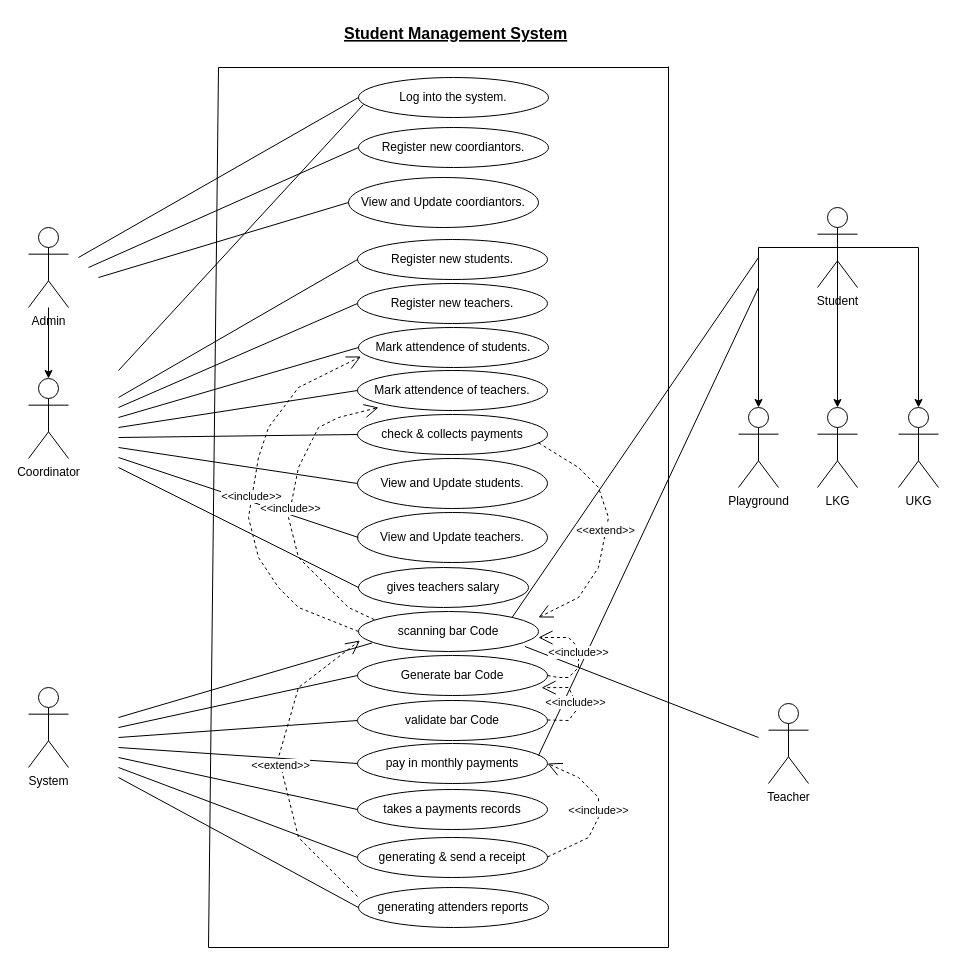
The draw.io diagram UseCase.drawio in Dulara-Akalanka/Group-Software-Project, before the edit. Source tidied: cells renumbered, new cells numbered last; positions are measured from the earlier drawing's top-left corner, leaving out a move shared by most shapes. Both pictures are drawn from the tidied source at 100%, with x=0, y=0 at pixel (28, 17).
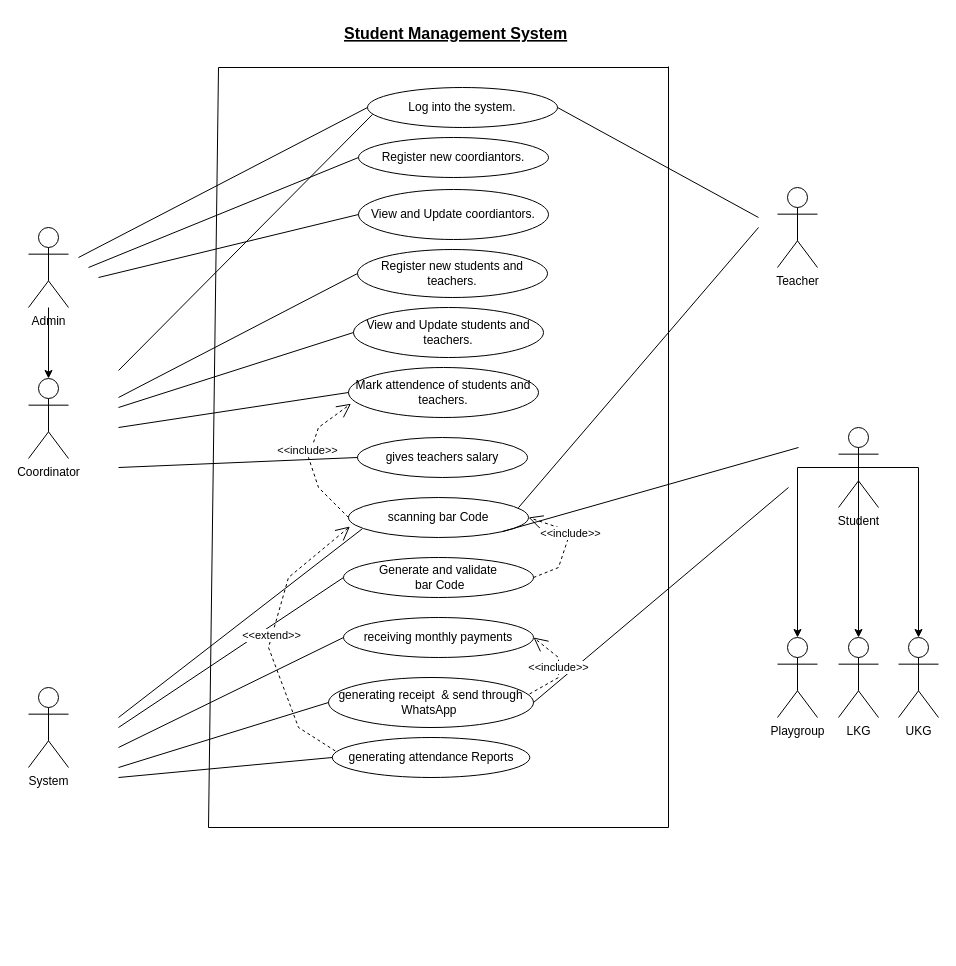
The same page after the edit.

The edit, as a diff of the source:
```diff
@@
     <mxCell id="2" value="Teacher" style="shape=umlActor;verticalLabelPosition=bottom;verticalAlign=top;html=1;" parent="1" vertex="1">
-      <mxGeometry x="740" y="686" width="40" height="80" as="geometry" />
+      <mxGeometry x="749" y="170" width="40" height="80" as="geometry" />
     </mxCell>
-    <mxCell id="3" value="check &amp;amp; collects payments" style="ellipse;whiteSpace=wrap;html=1;" parent="1" vertex="1">
-      <mxGeometry x="329" y="397" width="190" height="40" as="geometry" />
-    </mxCell>
     <mxCell id="4" value="gives teachers salary" style="ellipse;whiteSpace=wrap;html=1;" parent="1" vertex="1">
-      <mxGeometry x="330" y="550" width="170" height="40" as="geometry" />
+      <mxGeometry x="329" y="420" width="170" height="40" as="geometry" />
     </mxCell>
     <mxCell id="5" value="scanning bar Code" style="ellipse;whiteSpace=wrap;html=1;" parent="1" vertex="1">
-      <mxGeometry x="330" y="594" width="180" height="40" as="geometry" />
+      <mxGeometry x="320" y="480" width="180" height="40" as="geometry" />
     </mxCell>
-    <mxCell id="6" value="Generate bar Code" style="ellipse;whiteSpace=wrap;html=1;" parent="1" vertex="1">
-      <mxGeometry x="329" y="638" width="190" height="40" as="geometry" />
+    <mxCell id="6" value="Generate and validate&lt;br&gt;&amp;nbsp;bar Code" style="ellipse;whiteSpace=wrap;html=1;" parent="1" vertex="1">
+      <mxGeometry x="315" y="540" width="190" height="40" as="geometry" />
     </mxCell>
-    <mxCell id="7" value="validate bar Code" style="ellipse;whiteSpace=wrap;html=1;" parent="1" vertex="1">
-      <mxGeometry x="329" y="683" width="190" height="40" as="geometry" />
-    </mxCell>
@@
-    <mxCell id="9" value="pay in monthly payments" style="ellipse;whiteSpace=wrap;html=1;" parent="1" vertex="1">
-      <mxGeometry x="329" y="726" width="190" height="40" as="geometry" />
+    <mxCell id="9" value="receiving monthly payments" style="ellipse;whiteSpace=wrap;html=1;" parent="1" vertex="1">
+      <mxGeometry x="315" y="600" width="190" height="40" as="geometry" />
     </mxCell>
     <mxCell id="10" style="endArrow=none;html=1;rounded=0;" parent="1" edge="1">
       <mxGeometry relative="1" as="geometry">
-        <mxPoint x="180" y="930" as="sourcePoint" />
+        <mxPoint x="180" y="810" as="sourcePoint" />
         <mxPoint x="190" y="50" as="targetPoint" />
       </mxGeometry>
     </mxCell>
     <mxCell id="11" style="endArrow=none;html=1;rounded=0;" parent="1" edge="1">
       <mxGeometry relative="1" as="geometry">
-        <mxPoint x="640" y="930" as="sourcePoint" />
+        <mxPoint x="640" y="810" as="sourcePoint" />
         <mxPoint x="640" y="49" as="targetPoint" />
       </mxGeometry>
     </mxCell>
@@
-    <mxCell id="14" style="endArrow=none;html=1;rounded=0;entryX=0;entryY=0.5;entryDx=0;entryDy=0;" parent="1" edge="1" target="27">
-      <mxGeometry relative="1" as="geometry">
-        <mxPoint x="90" y="390" as="sourcePoint" />
-      </mxGeometry>
-    </mxCell>
-    <mxCell id="15" style="endArrow=none;html=1;rounded=0;entryX=0;entryY=0.5;entryDx=0;entryDy=0;" parent="1" edge="1" target="7">
-      <mxGeometry relative="1" as="geometry">
-        <mxPoint x="90" y="720" as="sourcePoint" />
-      </mxGeometry>
-    </mxCell>
-    <mxCell id="16" style="endArrow=none;html=1;rounded=0;exitX=1;exitY=0;exitDx=0;exitDy=0;" parent="1" edge="1" source="5">
+    <mxCell id="16" style="endArrow=none;html=1;rounded=0;exitX=1;exitY=1;exitDx=0;exitDy=0;" parent="1" edge="1" source="5">
       <mxGeometry relative="1" as="geometry">
-        <mxPoint x="730" y="240" as="targetPoint" />
+        <mxPoint x="770" y="430" as="targetPoint" />
       </mxGeometry>
     </mxCell>
-    <mxCell id="17" value="takes a payments records" style="ellipse;whiteSpace=wrap;html=1;" parent="1" vertex="1">
-      <mxGeometry x="329" y="772" width="190" height="40" as="geometry" />
-    </mxCell>
@@
     <mxCell id="21" value="Student" style="shape=umlActor;verticalLabelPosition=bottom;verticalAlign=top;html=1;" parent="1" vertex="1">
-      <mxGeometry x="789" y="190" width="40" height="80" as="geometry" />
+      <mxGeometry x="810" y="410" width="40" height="80" as="geometry" />
     </mxCell>
-    <mxCell id="22" value="Playground" style="shape=umlActor;verticalLabelPosition=bottom;verticalAlign=top;html=1;" parent="1" vertex="1">
-      <mxGeometry x="710" y="390" width="40" height="80" as="geometry" />
+    <mxCell id="22" value="Playgroup" style="shape=umlActor;verticalLabelPosition=bottom;verticalAlign=top;html=1;" parent="1" vertex="1">
+      <mxGeometry x="749" y="620" width="40" height="80" as="geometry" />
     </mxCell>
     <mxCell id="23" value="LKG" style="shape=umlActor;verticalLabelPosition=bottom;verticalAlign=top;html=1;" parent="1" vertex="1">
-      <mxGeometry x="789" y="390" width="40" height="80" as="geometry" />
+      <mxGeometry x="810" y="620" width="40" height="80" as="geometry" />
     </mxCell>
     <mxCell id="24" value="UKG" style="shape=umlActor;verticalLabelPosition=bottom;verticalAlign=top;html=1;" parent="1" vertex="1">
-      <mxGeometry x="870" y="390" width="40" height="80" as="geometry" />
+      <mxGeometry x="870" y="620" width="40" height="80" as="geometry" />
     </mxCell>
     <mxCell id="25" value="Log into the system." style="ellipse;whiteSpace=wrap;html=1;" parent="1" vertex="1">
-      <mxGeometry x="330" y="60" width="190" height="40" as="geometry" />
+      <mxGeometry x="339" y="70" width="190" height="40" as="geometry" />
     </mxCell>
-    <mxCell id="26" value="Register new students." style="ellipse;whiteSpace=wrap;html=1;" parent="1" vertex="1">
-      <mxGeometry x="329" y="222" width="190" height="40" as="geometry" />
+    <mxCell id="26" value="Register new students and teachers." style="ellipse;whiteSpace=wrap;html=1;" parent="1" vertex="1">
+      <mxGeometry x="329" y="232" width="190" height="48" as="geometry" />
     </mxCell>
-    <mxCell id="27" value="Register new teachers." style="ellipse;whiteSpace=wrap;html=1;" parent="1" vertex="1">
-      <mxGeometry x="329" y="266" width="190" height="40" as="geometry" />
-    </mxCell>
-    <mxCell id="28" value="Mark attendence of students." style="ellipse;whiteSpace=wrap;html=1;" parent="1" vertex="1">
-      <mxGeometry x="330" y="310" width="190" height="40" as="geometry" />
+    <mxCell id="28" value="Mark attendence of students and teachers." style="ellipse;whiteSpace=wrap;html=1;" parent="1" vertex="1">
+      <mxGeometry x="320" y="350" width="190" height="50" as="geometry" />
     </mxCell>
-    <mxCell id="29" value="Mark attendence of teachers." style="ellipse;whiteSpace=wrap;html=1;" parent="1" vertex="1">
-      <mxGeometry x="329" y="353" width="190" height="40" as="geometry" />
-    </mxCell>
-    <mxCell id="30" value="View and Update students." style="ellipse;whiteSpace=wrap;html=1;" parent="1" vertex="1">
-      <mxGeometry x="329" y="441" width="190" height="50" as="geometry" />
+    <mxCell id="30" value="View and Update students and teachers." style="ellipse;whiteSpace=wrap;html=1;" parent="1" vertex="1">
+      <mxGeometry x="325" y="290" width="190" height="50" as="geometry" />
     </mxCell>
-    <mxCell id="31" value="View and Update teachers." style="ellipse;whiteSpace=wrap;html=1;" parent="1" vertex="1">
-      <mxGeometry x="329" y="495" width="190" height="50" as="geometry" />
-    </mxCell>
@@
     <mxCell id="34" style="endArrow=none;html=1;rounded=0;entryX=0;entryY=0.5;entryDx=0;entryDy=0;" parent="1" edge="1" target="28">
       <mxGeometry relative="1" as="geometry">
-        <mxPoint x="90" y="400" as="sourcePoint" />
+        <mxPoint x="90" y="410" as="sourcePoint" />
       </mxGeometry>
     </mxCell>
-    <mxCell id="35" style="endArrow=none;html=1;rounded=0;entryX=0;entryY=0.5;entryDx=0;entryDy=0;" parent="1" edge="1" target="29">
-      <mxGeometry relative="1" as="geometry">
-        <mxPoint x="90" y="410" as="sourcePoint" />
-      </mxGeometry>
-    </mxCell>
-    <mxCell id="36" style="endArrow=none;html=1;rounded=0;entryX=0;entryY=0.5;entryDx=0;entryDy=0;" parent="1" edge="1" target="3">
-      <mxGeometry relative="1" as="geometry">
-        <mxPoint x="90" y="420" as="sourcePoint" />
-      </mxGeometry>
-    </mxCell>
     <mxCell id="37" style="endArrow=none;html=1;rounded=0;entryX=0;entryY=0.5;entryDx=0;entryDy=0;" parent="1" edge="1" target="30">
       <mxGeometry relative="1" as="geometry">
-        <mxPoint x="90" y="430" as="sourcePoint" />
+        <mxPoint x="90" y="390" as="sourcePoint" />
       </mxGeometry>
     </mxCell>
-    <mxCell id="38" style="endArrow=none;html=1;rounded=0;entryX=0.005;entryY=0.5;entryDx=0;entryDy=0;entryPerimeter=0;" parent="1" edge="1" target="31">
-      <mxGeometry relative="1" as="geometry">
-        <mxPoint x="90" y="440" as="sourcePoint" />
-      </mxGeometry>
-    </mxCell>
@@
-    <mxCell id="41" style="endArrow=none;html=1;rounded=0;exitX=0.925;exitY=0.875;exitDx=0;exitDy=0;exitPerimeter=0;" parent="1" edge="1" source="5">
+    <mxCell id="41" style="endArrow=none;html=1;rounded=0;exitX=0.944;exitY=0.255;exitDx=0;exitDy=0;exitPerimeter=0;" parent="1" edge="1" source="5">
       <mxGeometry relative="1" as="geometry">
-        <mxPoint x="730" y="720" as="targetPoint" />
+        <mxPoint x="730" y="210" as="targetPoint" />
       </mxGeometry>
     </mxCell>
-    <mxCell id="42" style="endArrow=none;html=1;rounded=0;entryX=0;entryY=0.5;entryDx=0;entryDy=0;" parent="1" edge="1" target="17">
-      <mxGeometry relative="1" as="geometry">
-        <mxPoint x="90" y="740" as="sourcePoint" />
-      </mxGeometry>
-    </mxCell>
@@
-    <mxCell id="44" value="&amp;lt;&amp;lt;extend&amp;gt;&amp;gt;" style="endArrow=open;endSize=12;dashed=1;html=1;rounded=0;exitX=0.953;exitY=0.71;exitDx=0;exitDy=0;exitPerimeter=0;" parent="1" edge="1" source="3">
-      <mxGeometry x="0.01" relative="1" as="geometry">
-        <mxPoint x="510" y="600" as="targetPoint" />
-        <Array as="points">
-          <mxPoint x="550" y="450" />
-          <mxPoint x="570" y="470" />
-          <mxPoint x="580" y="500" />
-          <mxPoint x="570" y="550" />
-          <mxPoint x="550" y="580" />
-        </Array>
-      </mxGeometry>
-    </mxCell>
-    <mxCell id="45" value="&amp;lt;&amp;lt;include&amp;gt;&amp;gt;" style="endArrow=open;endSize=12;dashed=1;html=1;rounded=0;entryX=0.013;entryY=0.725;entryDx=0;entryDy=0;entryPerimeter=0;" parent="1" edge="1" target="28">
-      <mxGeometry relative="1" as="geometry">
-        <mxPoint x="330" y="614" as="sourcePoint" />
+    <mxCell id="45" value="&amp;lt;&amp;lt;include&amp;gt;&amp;gt;" style="endArrow=open;endSize=12;dashed=1;html=1;rounded=0;entryX=0.013;entryY=0.725;entryDx=0;entryDy=0;entryPerimeter=0;exitX=0;exitY=0.5;exitDx=0;exitDy=0;" parent="1" edge="1" source="5" target="28">
+      <mxGeometry x="0.1" y="3" relative="1" as="geometry">
         <Array as="points">
-          <mxPoint x="270" y="590" />
-          <mxPoint x="250" y="570" />
-          <mxPoint x="230" y="540" />
-          <mxPoint x="220" y="500" />
-          <mxPoint x="230" y="440" />
-          <mxPoint x="240" y="410" />
-          <mxPoint x="270" y="370" />
+          <mxPoint x="290" y="470" />
+          <mxPoint x="280" y="440" />
+          <mxPoint x="290" y="410" />
         </Array>
       </mxGeometry>
     </mxCell>
-    <mxCell id="46" value="&amp;lt;&amp;lt;include&amp;gt;&amp;gt;" style="endArrow=open;endSize=12;dashed=1;html=1;rounded=0;exitX=0.088;exitY=0.205;exitDx=0;exitDy=0;exitPerimeter=0;" parent="1" edge="1" source="5">
-      <mxGeometry relative="1" as="geometry">
-        <mxPoint x="350" y="390" as="targetPoint" />
-        <Array as="points">
-          <mxPoint x="320" y="590" />
-          <mxPoint x="270" y="540" />
-          <mxPoint x="260" y="500" />
-          <mxPoint x="270" y="450" />
-          <mxPoint x="290" y="410" />
-          <mxPoint x="310" y="400" />
-        </Array>
-      </mxGeometry>
-    </mxCell>
-    <mxCell id="47" value="generating &amp;amp; send a receipt" style="ellipse;whiteSpace=wrap;html=1;" parent="1" vertex="1">
-      <mxGeometry x="329" y="820" width="190" height="40" as="geometry" />
+    <mxCell id="47" value="generating receipt&amp;nbsp; &amp;amp; send through WhatsApp&amp;nbsp;" style="ellipse;whiteSpace=wrap;html=1;" parent="1" vertex="1">
+      <mxGeometry x="300" y="660" width="205" height="50" as="geometry" />
     </mxCell>
@@
-    <mxCell id="49" style="endArrow=none;html=1;rounded=0;" parent="1" edge="1">
+    <mxCell id="49" style="endArrow=none;html=1;rounded=0;exitX=1;exitY=0.5;exitDx=0;exitDy=0;" parent="1" edge="1" source="47">
       <mxGeometry relative="1" as="geometry">
-        <mxPoint x="510" y="738" as="sourcePoint" />
-        <mxPoint x="730" y="270" as="targetPoint" />
+        <mxPoint x="760" y="470" as="targetPoint" />
       </mxGeometry>
     </mxCell>
-    <mxCell id="50" value="&amp;lt;&amp;lt;include&amp;gt;&amp;gt;" style="endArrow=open;endSize=12;dashed=1;html=1;rounded=0;exitX=1;exitY=0.5;exitDx=0;exitDy=0;" parent="1" edge="1" source="6">
-      <mxGeometry relative="1" as="geometry">
-        <mxPoint x="510" y="620" as="targetPoint" />
-        <Array as="points">
-          <mxPoint x="530" y="660" />
-          <mxPoint x="540" y="660" />
-          <mxPoint x="550" y="650" />
-          <mxPoint x="550" y="640" />
-          <mxPoint x="550" y="630" />
-          <mxPoint x="540" y="620" />
-        </Array>
-      </mxGeometry>
-    </mxCell>
-    <mxCell id="51" value="&amp;lt;&amp;lt;include&amp;gt;&amp;gt;" style="endArrow=open;endSize=12;dashed=1;html=1;rounded=0;entryX=1;entryY=0.5;entryDx=0;entryDy=0;" parent="1" edge="1" target="9">
+    <mxCell id="51" value="&amp;lt;&amp;lt;include&amp;gt;&amp;gt;" style="endArrow=open;endSize=12;dashed=1;html=1;rounded=0;entryX=1;entryY=0.5;entryDx=0;entryDy=0;exitX=0.981;exitY=0.329;exitDx=0;exitDy=0;exitPerimeter=0;" parent="1" edge="1" source="47" target="9">
       <mxGeometry relative="1" as="geometry">
-        <mxPoint x="519" y="839.5" as="sourcePoint" />
         <Array as="points">
-          <mxPoint x="560" y="820" />
-          <mxPoint x="570" y="800" />
-          <mxPoint x="570" y="780" />
-          <mxPoint x="560" y="770" />
-          <mxPoint x="550" y="760" />
+          <mxPoint x="530" y="660" />
+          <mxPoint x="530" y="640" />
         </Array>
       </mxGeometry>
     </mxCell>
-    <mxCell id="52" value="generating attenders reports" style="ellipse;whiteSpace=wrap;html=1;" parent="1" vertex="1">
-      <mxGeometry x="330" y="870" width="190" height="40" as="geometry" />
+    <mxCell id="52" value="generating attendance Reports" style="ellipse;whiteSpace=wrap;html=1;" parent="1" vertex="1">
+      <mxGeometry x="303.8" y="720" width="197.5" height="40" as="geometry" />
     </mxCell>
@@
-    <mxCell id="54" value="&amp;lt;&amp;lt;extend&amp;gt;&amp;gt;" style="endArrow=open;endSize=12;dashed=1;html=1;rounded=0;entryX=0.008;entryY=0.725;entryDx=0;entryDy=0;entryPerimeter=0;" parent="1" edge="1" target="5">
+    <mxCell id="54" value="&amp;lt;&amp;lt;extend&amp;gt;&amp;gt;" style="endArrow=open;endSize=12;dashed=1;html=1;rounded=0;entryX=0.008;entryY=0.725;entryDx=0;entryDy=0;entryPerimeter=0;exitX=0.015;exitY=0.335;exitDx=0;exitDy=0;exitPerimeter=0;" parent="1" edge="1" source="52" target="5">
       <mxGeometry relative="1" as="geometry">
-        <mxPoint x="329" y="879" as="sourcePoint" />
         <Array as="points">
-          <mxPoint x="270" y="820" />
-          <mxPoint x="250" y="740" />
-          <mxPoint x="270" y="670" />
+          <mxPoint x="270" y="710" />
+          <mxPoint x="240" y="630" />
+          <mxPoint x="260" y="560" />
         </Array>
       </mxGeometry>
     </mxCell>
-    <mxCell id="55" value="&amp;lt;&amp;lt;include&amp;gt;&amp;gt;" style="endArrow=open;endSize=12;dashed=1;html=1;rounded=0;entryX=0.969;entryY=0.805;entryDx=0;entryDy=0;entryPerimeter=0;" parent="1" edge="1" target="6">
-      <mxGeometry relative="1" as="geometry">
-        <mxPoint x="519" y="702.5" as="sourcePoint" />
+    <mxCell id="55" value="&amp;lt;&amp;lt;include&amp;gt;&amp;gt;" style="endArrow=open;endSize=12;dashed=1;html=1;rounded=0;entryX=1;entryY=0.5;entryDx=0;entryDy=0;exitX=1;exitY=0.5;exitDx=0;exitDy=0;" parent="1" edge="1" source="6" target="5">
+      <mxGeometry x="0.15" y="-4" relative="1" as="geometry">
         <Array as="points">
-          <mxPoint x="540" y="703" />
-          <mxPoint x="550" y="690" />
-          <mxPoint x="540" y="670" />
+          <mxPoint x="530" y="550" />
+          <mxPoint x="540" y="520" />
+          <mxPoint x="530" y="510" />
         </Array>
       </mxGeometry>
     </mxCell>
@@
     <mxCell id="58" value="Register new coordiantors." style="ellipse;whiteSpace=wrap;html=1;" parent="1" vertex="1">
-      <mxGeometry x="330" y="110" width="190" height="40" as="geometry" />
+      <mxGeometry x="330" y="120" width="190" height="40" as="geometry" />
     </mxCell>
@@
     <mxCell id="60" value="View and Update coordiantors." style="ellipse;whiteSpace=wrap;html=1;" parent="1" vertex="1">
-      <mxGeometry x="320" y="160" width="190" height="50" as="geometry" />
+      <mxGeometry x="330" y="172" width="190" height="50" as="geometry" />
     </mxCell>
@@
     <mxCell id="65" style="endArrow=none;html=1;rounded=0;" parent="1" edge="1">
       <mxGeometry relative="1" as="geometry">
-        <mxPoint x="180" y="930" as="sourcePoint" />
-        <mxPoint x="640" y="930" as="targetPoint" />
+        <mxPoint x="180" y="810" as="sourcePoint" />
+        <mxPoint x="640" y="810" as="targetPoint" />
       </mxGeometry>
     </mxCell>
+    <mxCell id="66" style="endArrow=none;html=1;rounded=0;exitX=1;exitY=0.5;exitDx=0;exitDy=0;" parent="1" edge="1" source="25">
+      <mxGeometry relative="1" as="geometry">
+        <mxPoint x="730" y="200" as="targetPoint" />
+      </mxGeometry>
+    </mxCell>
```
